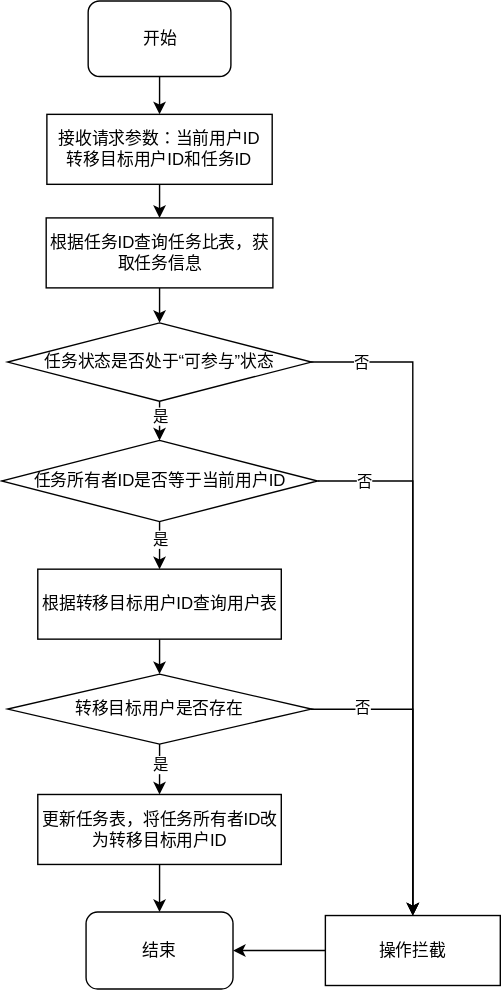
hiro942/drawio keeps this draw.io diagram as 任务转移流程.svg. Above is the earlier version. Source tidied: cells renumbered, new cells last; positions are measured from the earlier drawing's top-left corner, leaving out a move shared by most shapes.
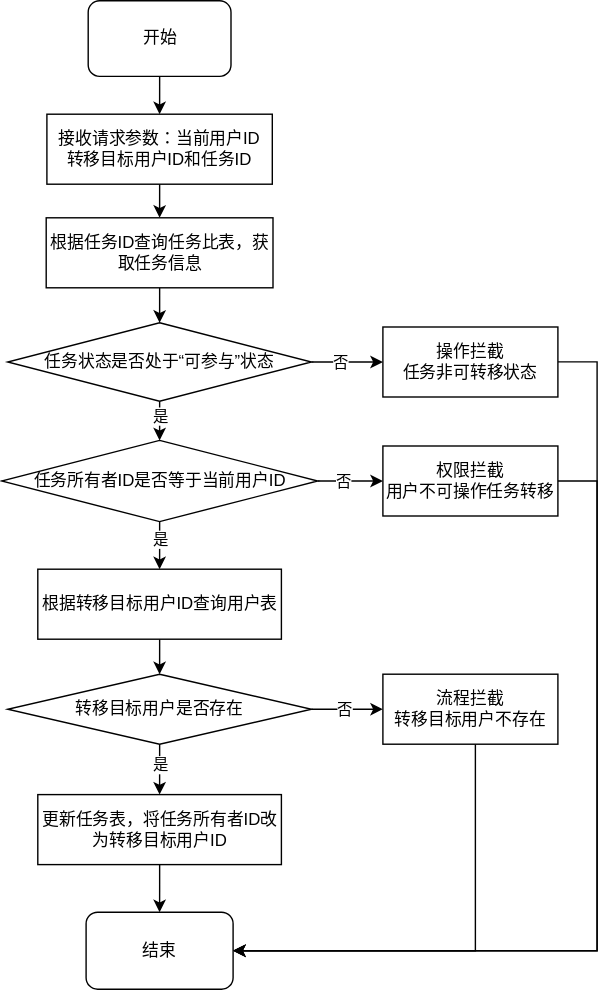
The same diagram one commit later.

Commit message:
更新任务转移流程.svg

The edit, as a diff of the source:
```diff
@@ -28,23 +28,17 @@
         <mxPoint x="-1" y="1" as="offset" />
       </mxGeometry>
     </mxCell>
-    <mxCell id="10" style="edgeStyle=orthogonalEdgeStyle;rounded=0;jettySize=auto;html=1;entryX=0.5;entryY=0;entryDx=0;entryDy=0;" parent="1" edge="1" source="12" target="14">
+    <mxCell id="10" style="edgeStyle=orthogonalEdgeStyle;rounded=0;jettySize=auto;html=1;entryX=0;entryY=0.5;entryDx=0;entryDy=0;" parent="1" edge="1" source="12" target="31">
       <mxGeometry relative="1" as="geometry" />
     </mxCell>
     <mxCell id="11" value="否" style="edgeLabel;html=1;align=center;verticalAlign=middle;" parent="10" vertex="1">
       <mxGeometry x="-0.78" y="1" relative="1" as="geometry">
-        <mxPoint x="-17" y="1" as="offset" />
+        <mxPoint x="15" y="1" as="offset" />
       </mxGeometry>
     </mxCell>
     <mxCell id="12" value="任务状态是否处于“可参与”状态" style="rhombus;whiteSpace=wrap;html=1;" parent="1" vertex="1">
       <mxGeometry x="5" y="230" width="217" height="56" as="geometry" />
     </mxCell>
-    <mxCell id="13" style="edgeStyle=orthogonalEdgeStyle;rounded=0;jettySize=auto;html=1;entryX=1;entryY=0.5;entryDx=0;entryDy=0;" parent="1" edge="1" source="14" target="3">
-      <mxGeometry relative="1" as="geometry" />
-    </mxCell>
-    <mxCell id="14" value="操作拦截" style="rounded=0;whiteSpace=wrap;html=1;" parent="1" vertex="1">
-      <mxGeometry x="232" y="653.5" width="125" height="50" as="geometry" />
-    </mxCell>
     <mxCell id="15" style="edgeStyle=orthogonalEdgeStyle;rounded=0;jettySize=auto;html=1;entryX=0.5;entryY=0;entryDx=0;entryDy=0;" parent="1" edge="1" source="19" target="21">
       <mxGeometry relative="1" as="geometry" />
     </mxCell>
@@ -53,12 +47,12 @@
         <mxPoint y="-6" as="offset" />
       </mxGeometry>
     </mxCell>
-    <mxCell id="17" style="edgeStyle=orthogonalEdgeStyle;rounded=0;jettySize=auto;html=1;entryX=0.5;entryY=0;entryDx=0;entryDy=0;" parent="1" edge="1" source="19" target="14">
+    <mxCell id="17" style="edgeStyle=orthogonalEdgeStyle;rounded=0;jettySize=auto;html=1;entryX=0;entryY=0.5;entryDx=0;entryDy=0;" parent="1" edge="1" source="19" target="33">
       <mxGeometry relative="1" as="geometry" />
     </mxCell>
     <mxCell id="18" value="否" style="edgeLabel;html=1;align=center;verticalAlign=middle;" parent="17" vertex="1">
       <mxGeometry x="-0.76" y="2" relative="1" as="geometry">
-        <mxPoint x="-13" y="2" as="offset" />
+        <mxPoint x="12" y="2" as="offset" />
       </mxGeometry>
     </mxCell>
     <mxCell id="19" value="任务所有者ID是否等于当前用户ID" style="rhombus;whiteSpace=wrap;html=1;" parent="1" vertex="1">
@@ -78,12 +72,12 @@
         <mxPoint x="-1" y="-6" as="offset" />
       </mxGeometry>
     </mxCell>
-    <mxCell id="24" style="edgeStyle=orthogonalEdgeStyle;rounded=0;jettySize=auto;html=1;entryX=0.5;entryY=0;entryDx=0;entryDy=0;" parent="1" edge="1" source="26" target="14">
+    <mxCell id="24" style="edgeStyle=orthogonalEdgeStyle;rounded=0;jettySize=auto;html=1;entryX=0;entryY=0.5;entryDx=0;entryDy=0;" parent="1" edge="1" source="26" target="35">
       <mxGeometry relative="1" as="geometry" />
     </mxCell>
     <mxCell id="25" value="否" style="edgeLabel;html=1;align=center;verticalAlign=middle;" parent="24" vertex="1">
       <mxGeometry x="-0.54" y="-1" relative="1" as="geometry">
-        <mxPoint x="-14" y="-3" as="offset" />
+        <mxPoint x="12" y="-1" as="offset" />
       </mxGeometry>
     </mxCell>
     <mxCell id="26" value="转移目标用户是否存在" style="rhombus;whiteSpace=wrap;html=1;" parent="1" vertex="1">
@@ -98,5 +92,37 @@
     <mxCell id="29" style="edgeStyle=orthogonalEdgeStyle;rounded=0;jettySize=auto;html=1;entryX=0.5;entryY=0;entryDx=0;entryDy=0;" parent="1" edge="1" source="2" target="5">
       <mxGeometry relative="1" as="geometry" />
     </mxCell>
+    <mxCell id="30" style="edgeStyle=orthogonalEdgeStyle;rounded=0;jettySize=auto;html=1;entryX=1;entryY=0.5;entryDx=0;entryDy=0;" parent="1" edge="1" source="31" target="3">
+      <mxGeometry relative="1" as="geometry">
+        <Array as="points">
+          <mxPoint x="426" y="258" />
+          <mxPoint x="426" y="679" />
+        </Array>
+      </mxGeometry>
+    </mxCell>
+    <mxCell id="31" value="操作拦截&lt;div&gt;任务非可转移状态&lt;/div&gt;" style="rounded=0;whiteSpace=wrap;html=1;" parent="1" vertex="1">
+      <mxGeometry x="273" y="233" width="125" height="50" as="geometry" />
+    </mxCell>
+    <mxCell id="32" style="edgeStyle=orthogonalEdgeStyle;rounded=0;jettySize=auto;html=1;entryX=1;entryY=0.5;entryDx=0;entryDy=0;" parent="1" edge="1" source="33" target="3">
+      <mxGeometry relative="1" as="geometry">
+        <Array as="points">
+          <mxPoint x="426" y="343" />
+          <mxPoint x="426" y="679" />
+        </Array>
+      </mxGeometry>
+    </mxCell>
+    <mxCell id="33" value="权限拦截&lt;div&gt;用户不可操作任务转移&lt;/div&gt;" style="rounded=0;whiteSpace=wrap;html=1;" parent="1" vertex="1">
+      <mxGeometry x="273" y="318" width="125" height="50" as="geometry" />
+    </mxCell>
+    <mxCell id="34" style="edgeStyle=orthogonalEdgeStyle;rounded=0;jettySize=auto;html=1;entryX=1;entryY=0.5;entryDx=0;entryDy=0;" parent="1" edge="1" source="35" target="3">
+      <mxGeometry relative="1" as="geometry">
+        <Array as="points">
+          <mxPoint x="339" y="679" />
+        </Array>
+      </mxGeometry>
+    </mxCell>
+    <mxCell id="35" value="流程拦截&lt;div&gt;转移目标用户不存在&lt;/div&gt;" style="rounded=0;whiteSpace=wrap;html=1;" parent="1" vertex="1">
+      <mxGeometry x="273" y="481" width="125" height="50" as="geometry" />
+    </mxCell>
   </root>
 </mxGraphModel>
```
